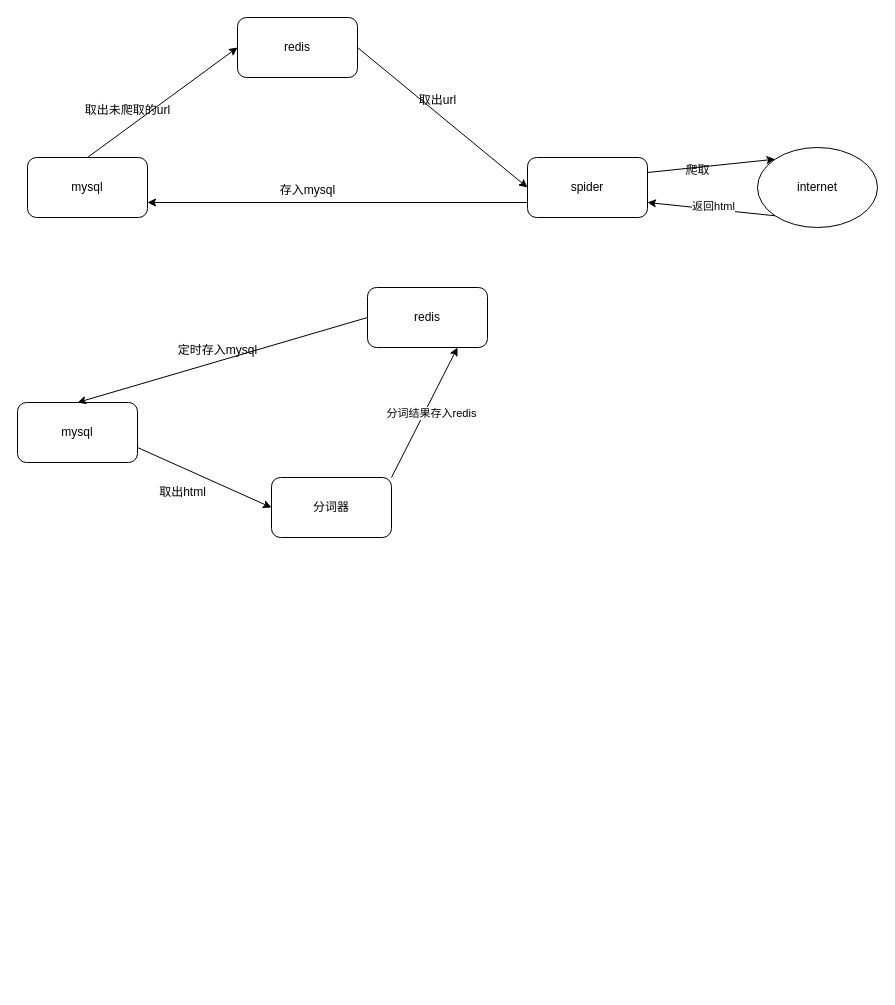
Earlier version of the draw.io diagram oucsearch.drawio (dx2331lxz/drawio). Source tidied: cells renumbered, new cells numbered last; positions are measured from the earlier drawing's top-left corner, leaving out a move shared by most shapes. Both pictures are drawn from the tidied source at 100%, with x=0, y=0 at pixel (17, 17).
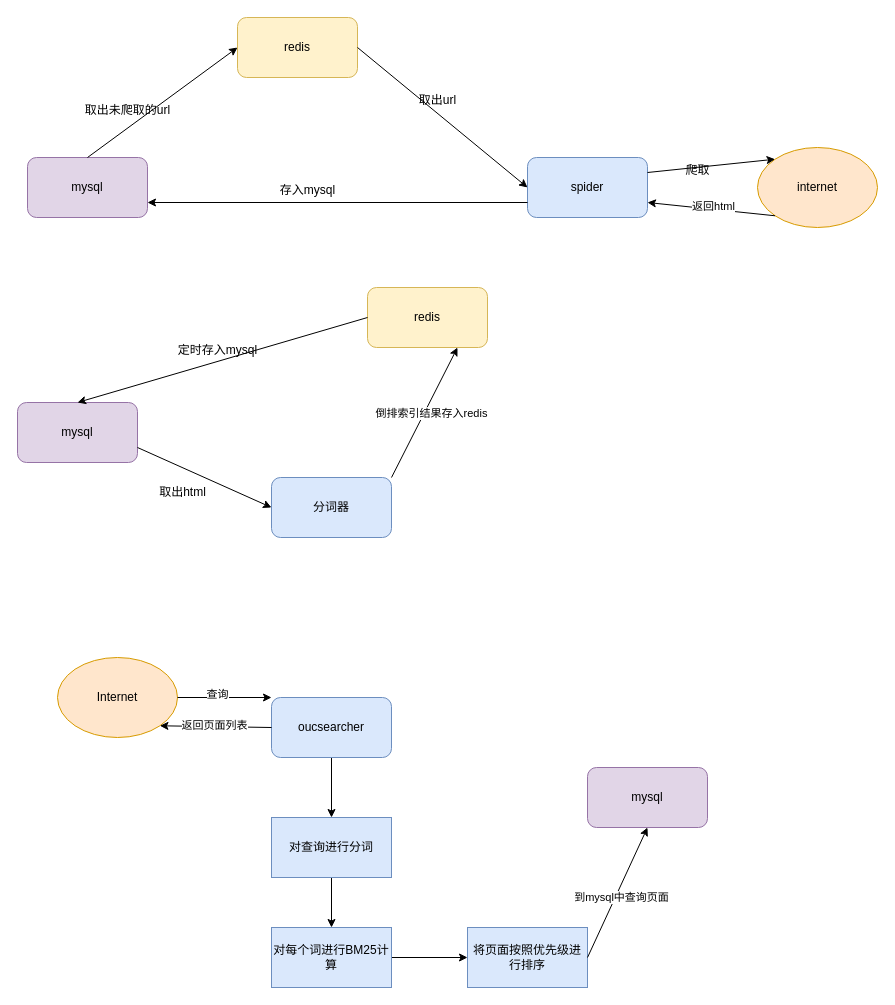
Above is the later version.

Unchanged cells that the change refers to:
```xml
<mxCell id="21" style="endArrow=classic;html=1;rounded=0;entryX=0.75;entryY=1;entryDx=0;entryDy=0;exitX=1;exitY=0;exitDx=0;exitDy=0;" parent="1" edge="1" source="19" target="17">
  <mxGeometry relative="1" as="geometry" />
</mxCell>
```

What changed in the source:
```diff
@@
-    <mxCell id="2" value="redis" style="rounded=1;whiteSpace=wrap;html=1;" parent="1" vertex="1">
+    <mxCell id="2" value="redis" style="rounded=1;whiteSpace=wrap;html=1;fillColor=#fff2cc;strokeColor=#d6b656;" parent="1" vertex="1">
       <mxGeometry x="220" width="120" height="60" as="geometry" />
     </mxCell>
-    <mxCell id="3" value="mysql" style="rounded=1;whiteSpace=wrap;html=1;" parent="1" vertex="1">
+    <mxCell id="3" value="mysql" style="rounded=1;whiteSpace=wrap;html=1;fillColor=#e1d5e7;strokeColor=#9673a6;" parent="1" vertex="1">
       <mxGeometry x="10" y="140" width="120" height="60" as="geometry" />
     </mxCell>
@@
-    <mxCell id="6" value="spider" style="rounded=1;whiteSpace=wrap;html=1;" parent="1" vertex="1">
+    <mxCell id="6" value="spider" style="rounded=1;whiteSpace=wrap;html=1;fillColor=#dae8fc;strokeColor=#6c8ebf;" parent="1" vertex="1">
       <mxGeometry x="510" y="140" width="120" height="60" as="geometry" />
     </mxCell>
@@
-    <mxCell id="9" value="internet" style="ellipse;whiteSpace=wrap;html=1;" parent="1" vertex="1">
+    <mxCell id="9" value="internet" style="ellipse;whiteSpace=wrap;html=1;fillColor=#ffe6cc;strokeColor=#d79b00;" parent="1" vertex="1">
       <mxGeometry x="740" y="130" width="120" height="80" as="geometry" />
     </mxCell>
@@
-    <mxCell id="16" value="mysql" style="rounded=1;whiteSpace=wrap;html=1;" parent="1" vertex="1">
+    <mxCell id="16" value="mysql" style="rounded=1;whiteSpace=wrap;html=1;fillColor=#e1d5e7;strokeColor=#9673a6;" parent="1" vertex="1">
       <mxGeometry y="385" width="120" height="60" as="geometry" />
     </mxCell>
-    <mxCell id="17" value="redis" style="rounded=1;whiteSpace=wrap;html=1;" parent="1" vertex="1">
+    <mxCell id="17" value="redis" style="rounded=1;whiteSpace=wrap;html=1;fillColor=#fff2cc;strokeColor=#d6b656;" parent="1" vertex="1">
       <mxGeometry x="350" y="270" width="120" height="60" as="geometry" />
     </mxCell>
@@
-    <mxCell id="19" value="分词器" style="rounded=1;whiteSpace=wrap;html=1;" parent="1" vertex="1">
+    <mxCell id="19" value="分词器" style="rounded=1;whiteSpace=wrap;html=1;fillColor=#dae8fc;strokeColor=#6c8ebf;" parent="1" vertex="1">
       <mxGeometry x="254" y="460" width="120" height="60" as="geometry" />
     </mxCell>
@@
-    <mxCell id="22" value="分词结果存入redis" style="edgeLabel;html=1;align=center;verticalAlign=middle;" parent="21" vertex="1">
+    <mxCell id="22" value="倒排索引结果存入redis" style="edgeLabel;html=1;align=center;verticalAlign=middle;" parent="21" vertex="1">
       <mxGeometry x="0.03" y="-6" relative="1" as="geometry" />
     </mxCell>
@@
+    <mxCell id="25" style="edgeStyle=orthogonalEdgeStyle;rounded=0;jettySize=auto;html=1;" parent="1" edge="1" source="26" target="32">
+      <mxGeometry relative="1" as="geometry" />
+    </mxCell>
+    <mxCell id="26" value="oucsearcher" style="rounded=1;whiteSpace=wrap;html=1;fillColor=#dae8fc;strokeColor=#6c8ebf;" parent="1" vertex="1">
+      <mxGeometry x="254" y="680" width="120" height="60" as="geometry" />
+    </mxCell>
+    <mxCell id="27" value="Internet" style="ellipse;whiteSpace=wrap;html=1;fillColor=#ffe6cc;strokeColor=#d79b00;" parent="1" vertex="1">
+      <mxGeometry x="40" y="640" width="120" height="80" as="geometry" />
+    </mxCell>
+    <mxCell id="28" style="endArrow=classic;html=1;rounded=0;entryX=0;entryY=0;entryDx=0;entryDy=0;exitX=1;exitY=0.5;exitDx=0;exitDy=0;" parent="1" edge="1" source="27" target="26">
+      <mxGeometry relative="1" as="geometry" />
+    </mxCell>
+    <mxCell id="29" value="查询" style="edgeLabel;html=1;align=center;verticalAlign=middle;" parent="28" vertex="1">
+      <mxGeometry x="-0.17" y="4" relative="1" as="geometry" />
+    </mxCell>
+    <mxCell id="30" value="mysql" style="rounded=1;whiteSpace=wrap;html=1;fillColor=#e1d5e7;strokeColor=#9673a6;" parent="1" vertex="1">
+      <mxGeometry x="570" y="750" width="120" height="60" as="geometry" />
+    </mxCell>
+    <mxCell id="31" style="edgeStyle=orthogonalEdgeStyle;rounded=0;jettySize=auto;html=1;" parent="1" edge="1" source="32" target="34">
+      <mxGeometry relative="1" as="geometry" />
+    </mxCell>
+    <mxCell id="32" value="对查询进行分词" style="rounded=0;whiteSpace=wrap;html=1;fillColor=#dae8fc;strokeColor=#6c8ebf;" parent="1" vertex="1">
+      <mxGeometry x="254" y="800" width="120" height="60" as="geometry" />
+    </mxCell>
+    <mxCell id="33" style="edgeStyle=orthogonalEdgeStyle;rounded=0;jettySize=auto;html=1;" parent="1" edge="1" source="34" target="35">
+      <mxGeometry relative="1" as="geometry" />
+    </mxCell>
+    <mxCell id="34" value="对每个词进行BM25计算" style="rounded=0;whiteSpace=wrap;html=1;fillColor=#dae8fc;strokeColor=#6c8ebf;" parent="1" vertex="1">
+      <mxGeometry x="254" y="910" width="120" height="60" as="geometry" />
+    </mxCell>
+    <mxCell id="35" value="将页面按照优先级进行排序" style="rounded=0;whiteSpace=wrap;html=1;fillColor=#dae8fc;strokeColor=#6c8ebf;" parent="1" vertex="1">
+      <mxGeometry x="450" y="910" width="120" height="60" as="geometry" />
+    </mxCell>
+    <mxCell id="36" style="endArrow=classic;html=1;rounded=0;entryX=0.5;entryY=1;entryDx=0;entryDy=0;exitX=1;exitY=0.5;exitDx=0;exitDy=0;" parent="1" edge="1" source="35" target="30">
+      <mxGeometry relative="1" as="geometry" />
+    </mxCell>
+    <mxCell id="37" value="到mysql中查询页面" style="edgeLabel;html=1;align=center;verticalAlign=middle;" parent="36" vertex="1">
+      <mxGeometry x="-0.03" y="-5" relative="1" as="geometry" />
+    </mxCell>
+    <mxCell id="38" style="endArrow=classic;html=1;rounded=0;entryX=1;entryY=1;entryDx=0;entryDy=0;exitX=0;exitY=0.5;exitDx=0;exitDy=0;" parent="1" edge="1" source="26" target="27">
+      <mxGeometry relative="1" as="geometry" />
+    </mxCell>
+    <mxCell id="39" value="返回页面列表" style="edgeLabel;html=1;align=center;verticalAlign=middle;" parent="38" vertex="1">
+      <mxGeometry x="0.04" y="-2" relative="1" as="geometry" />
+    </mxCell>
```
